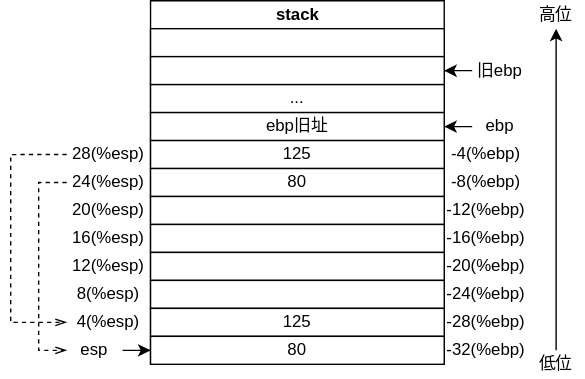
Stolorzs/Picgo keeps this draw.io diagram as drawio/x86callFunc.drawio.svg. Above is the earlier version. Source tidied: cells renumbered, new cells last; positions are measured from the earlier drawing's top-left corner, leaving out a move shared by most shapes.
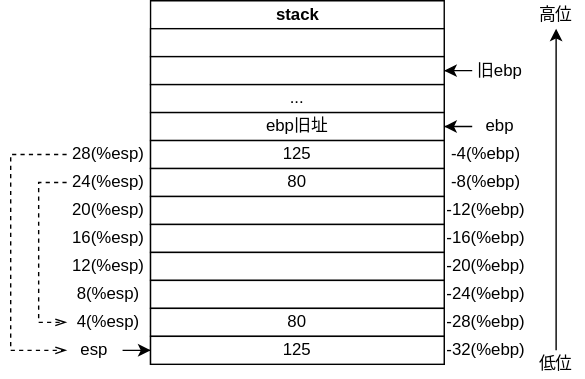
The same file after the commit.

The edit, as a diff of the source:
```diff
@@ -35,10 +35,10 @@
     <mxCell id="12" style="rounded=0;whiteSpace=wrap;html=1;" parent="2" vertex="1">
       <mxGeometry y="200" width="210" height="20" as="geometry" />
     </mxCell>
-    <mxCell id="13" value="125" style="rounded=0;whiteSpace=wrap;html=1;" parent="2" vertex="1">
+    <mxCell id="13" value="80" style="rounded=0;whiteSpace=wrap;html=1;" parent="2" vertex="1">
       <mxGeometry y="220" width="210" height="20" as="geometry" />
     </mxCell>
-    <mxCell id="14" value="80" style="rounded=0;whiteSpace=wrap;html=1;" parent="2" vertex="1">
+    <mxCell id="14" value="125" style="rounded=0;whiteSpace=wrap;html=1;" parent="2" vertex="1">
       <mxGeometry y="240" width="210" height="20" as="geometry" />
     </mxCell>
     <mxCell id="15" style="edgeStyle=orthogonalEdgeStyle;rounded=0;jettySize=auto;html=1;" parent="1" edge="1" source="16" target="14">
@@ -62,12 +62,13 @@
     <mxCell id="21" value="28(%esp)" style="text;html=1;align=center;verticalAlign=middle;whiteSpace=wrap;rounded=0;" parent="1" vertex="1">
       <mxGeometry x="50" y="100" width="40" height="20" as="geometry" />
     </mxCell>
-    <mxCell id="22" style="edgeStyle=orthogonalEdgeStyle;rounded=0;jettySize=auto;html=1;dashed=1;endArrow=openThin;endFill=0;" parent="1" edge="1" target="16">
+    <mxCell id="22" style="edgeStyle=orthogonalEdgeStyle;rounded=0;orthogonalLoop=1;jettySize=auto;html=1;dashed=1;endArrow=openThin;endFill=0;" parent="1" edge="1">
       <mxGeometry relative="1" as="geometry">
         <mxPoint x="40" y="130" as="sourcePoint" />
+        <mxPoint x="40" y="230" as="targetPoint" />
         <Array as="points">
           <mxPoint x="20" y="130" />
-          <mxPoint x="20" y="250" />
+          <mxPoint x="20" y="230" />
         </Array>
       </mxGeometry>
     </mxCell>
@@ -125,13 +126,12 @@
     <mxCell id="40" value="低位" style="text;html=1;align=center;verticalAlign=middle;whiteSpace=wrap;rounded=0;" parent="37" vertex="1">
       <mxGeometry y="250" width="40" height="20" as="geometry" />
     </mxCell>
-    <mxCell id="41" style="edgeStyle=orthogonalEdgeStyle;rounded=0;orthogonalLoop=1;jettySize=auto;html=1;dashed=1;endArrow=openThin;endFill=0;" parent="1" edge="1">
+    <mxCell id="41" style="edgeStyle=orthogonalEdgeStyle;rounded=0;jettySize=auto;html=1;dashed=1;endArrow=openThin;endFill=0;entryX=0;entryY=0.5;entryDx=0;entryDy=0;" parent="1" edge="1" target="16">
       <mxGeometry relative="1" as="geometry">
         <mxPoint x="40" y="110" as="sourcePoint" />
-        <mxPoint x="40" y="230" as="targetPoint" />
         <Array as="points">
           <mxPoint y="110" />
-          <mxPoint y="230" />
+          <mxPoint y="250" />
         </Array>
       </mxGeometry>
     </mxCell>
```
